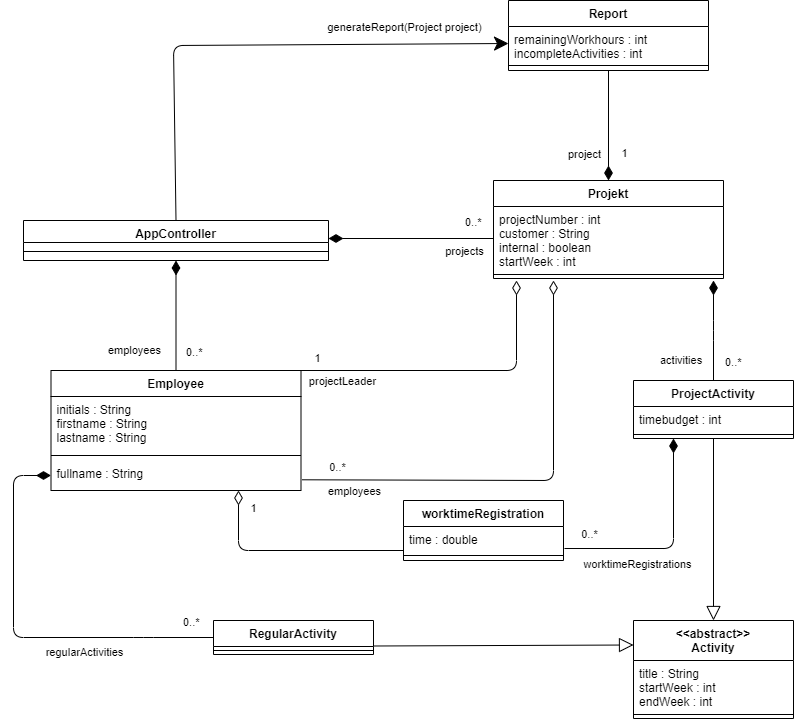
The draw.io diagram RequirementsAndDesign/Diagrams/Klassediagram_eng.png in rwiuff/02161ExamProject, before a commit. Source tidied: cells renumbered, new cells last; positions are measured from the earlier drawing's top-left corner, leaving out a move shared by most shapes.
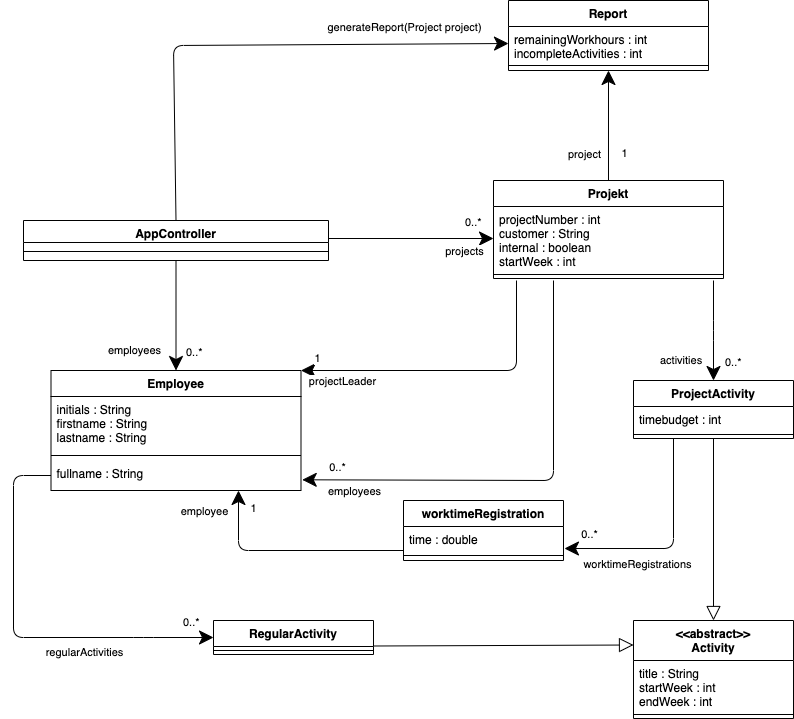
The same diagram one commit later.

Commit message:
uml pile

Change to the diagram source:
```diff
@@ -50,7 +50,7 @@
     <mxCell id="17" style="endArrow=block;endSize=12;endFill=0;html=1;entryX=0.5;entryY=0;entryDx=0;entryDy=0;exitX=0.5;exitY=1;exitDx=0;exitDy=0;" parent="1" edge="1" source="13" target="10">
       <mxGeometry relative="1" as="geometry" />
     </mxCell>
-    <mxCell id="18" value="activities" style="endArrow=none;html=1;endSize=12;startArrow=diamondThin;startSize=12;startFill=1;edgeStyle=orthogonalEdgeStyle;align=left;verticalAlign=bottom;entryX=0.5;entryY=0;entryDx=0;entryDy=0;endFill=0;" parent="1" edge="1" target="13">
+    <mxCell id="18" value="activities" style="endArrow=classic;html=1;endSize=12;startArrow=none;startSize=12;startFill=0;edgeStyle=orthogonalEdgeStyle;align=left;verticalAlign=bottom;entryX=0.5;entryY=0;entryDx=0;entryDy=0;endFill=1;" parent="1" edge="1" target="13">
       <mxGeometry x="0.78" y="-55" relative="1" as="geometry">
         <mxPoint x="700" y="280" as="sourcePoint" />
         <Array as="points">
@@ -71,7 +71,7 @@
     <mxCell id="22" value="fullname : String" style="text;strokeColor=none;fillColor=none;align=left;verticalAlign=top;spacingLeft=4;spacingRight=4;overflow=hidden;points=[[0,0.5],[1,0.5]];portConstraint=eastwest;" parent="19" vertex="1">
       <mxGeometry y="90" width="250" height="30" as="geometry" />
     </mxCell>
-    <mxCell id="23" value="0..*" style="endArrow=none;html=1;endSize=12;startArrow=diamondThin;startSize=12;startFill=1;edgeStyle=orthogonalEdgeStyle;align=left;verticalAlign=bottom;entryX=0;entryY=0.5;entryDx=0;entryDy=0;endFill=0;exitX=0;exitY=0.5;exitDx=0;exitDy=0;" parent="1" edge="1" source="22" target="50">
+    <mxCell id="23" value="0..*" style="endArrow=classic;html=1;endSize=12;startArrow=none;startSize=12;startFill=0;edgeStyle=orthogonalEdgeStyle;align=left;verticalAlign=bottom;entryX=0;entryY=0.5;entryDx=0;entryDy=0;endFill=1;exitX=0;exitY=0.5;exitDx=0;exitDy=0;" parent="1" edge="1" source="22" target="50">
       <mxGeometry x="0.84" y="6" relative="1" as="geometry">
         <Array as="points">
           <mxPoint y="475" />
@@ -85,7 +85,7 @@
         <mxPoint x="69" y="83" as="offset" />
       </mxGeometry>
     </mxCell>
-    <mxCell id="25" style="endArrow=none;endFill=0;html=1;edgeStyle=orthogonalEdgeStyle;align=left;verticalAlign=top;entryX=0.5;entryY=0;entryDx=0;entryDy=0;exitX=0.5;exitY=1;exitDx=0;exitDy=0;startArrow=diamondThin;startFill=1;startSize=12;endSize=12;" parent="1" edge="1" source="2" target="19">
+    <mxCell id="25" style="endArrow=classic;endFill=1;html=1;edgeStyle=orthogonalEdgeStyle;align=left;verticalAlign=top;entryX=0.5;entryY=0;entryDx=0;entryDy=0;exitX=0.5;exitY=1;exitDx=0;exitDy=0;startArrow=none;startFill=0;startSize=12;endSize=12;" parent="1" edge="1" source="2" target="19">
       <mxGeometry x="-1" relative="1" as="geometry" />
     </mxCell>
     <mxCell id="26" value="0..*" style="edgeLabel;html=1;align=left;verticalAlign=bottom;" parent="25" vertex="1">
@@ -98,7 +98,7 @@
         <mxPoint x="-41" y="48" as="offset" />
       </mxGeometry>
     </mxCell>
-    <mxCell id="28" style="endArrow=none;endFill=0;html=1;edgeStyle=orthogonalEdgeStyle;align=left;verticalAlign=top;exitX=1;exitY=0.5;exitDx=0;exitDy=0;entryX=0;entryY=0.5;entryDx=0;entryDy=0;startArrow=diamondThin;startFill=1;endSize=12;startSize=12;" parent="1" edge="1">
+    <mxCell id="28" style="endArrow=classic;endFill=1;html=1;edgeStyle=orthogonalEdgeStyle;align=left;verticalAlign=top;exitX=1;exitY=0.5;exitDx=0;exitDy=0;entryX=0;entryY=0.5;entryDx=0;entryDy=0;startArrow=none;startFill=0;endSize=12;startSize=12;" parent="1" edge="1">
       <mxGeometry x="-1" relative="1" as="geometry">
         <mxPoint x="315" y="238" as="sourcePoint" />
         <mxPoint x="480" y="238" as="targetPoint" />
@@ -117,7 +117,7 @@
     <mxCell id="31" value="0..*" style="edgeLabel;html=1;align=left;verticalAlign=bottom;" parent="1" vertex="1">
       <mxGeometry x="710" y="370" as="geometry" />
     </mxCell>
-    <mxCell id="32" style="endArrow=diamondThin;html=1;startSize=12;endSize=12;exitX=1.005;exitY=0.643;exitDx=0;exitDy=0;startArrow=none;startFill=0;endFill=0;exitPerimeter=0;" parent="1" edge="1" source="22">
+    <mxCell id="32" style="endArrow=none;html=1;startSize=12;endSize=12;exitX=1.005;exitY=0.643;exitDx=0;exitDy=0;startArrow=classic;startFill=1;endFill=0;exitPerimeter=0;" parent="1" edge="1" source="22">
       <mxGeometry relative="1" as="geometry">
         <mxPoint x="540" y="280" as="targetPoint" />
         <Array as="points">
@@ -135,7 +135,7 @@
         <mxPoint x="-102" y="-13" as="offset" />
       </mxGeometry>
     </mxCell>
-    <mxCell id="35" style="endArrow=diamondThin;html=1;startSize=12;endSize=12;startArrow=none;startFill=0;endFill=0;exitX=1;exitY=0;exitDx=0;exitDy=0;" parent="1" edge="1" source="19">
+    <mxCell id="35" style="endArrow=none;html=1;startSize=12;endSize=12;startArrow=classic;startFill=1;endFill=0;exitX=1;exitY=0;exitDx=0;exitDy=0;" parent="1" edge="1" source="19">
       <mxGeometry relative="1" as="geometry">
         <mxPoint x="503" y="280" as="targetPoint" />
         <Array as="points">
@@ -165,7 +165,7 @@
         <mxPoint x="-10" y="-15" as="offset" />
       </mxGeometry>
     </mxCell>
-    <mxCell id="40" style="endArrow=none;html=1;startSize=12;endSize=12;entryX=0.5;entryY=1;entryDx=0;entryDy=0;exitX=0.5;exitY=0;exitDx=0;exitDy=0;startArrow=diamondThin;startFill=1;" parent="1" edge="1" source="7" target="4">
+    <mxCell id="40" style="endArrow=classic;html=1;startSize=12;endSize=12;entryX=0.5;entryY=1;entryDx=0;entryDy=0;exitX=0.5;exitY=0;exitDx=0;exitDy=0;startArrow=none;startFill=0;endFill=1;" parent="1" edge="1" source="7" target="4">
       <mxGeometry relative="1" as="geometry" />
     </mxCell>
     <mxCell id="41" value="project" style="edgeLabel;html=1;align=center;verticalAlign=middle;" parent="40" vertex="1">
@@ -187,7 +187,7 @@
     <mxCell id="45" style="line;strokeWidth=1;fillColor=none;align=left;verticalAlign=middle;spacingTop=-1;spacingLeft=3;spacingRight=3;labelPosition=right;strokeColor=inherit;" parent="43" vertex="1">
       <mxGeometry y="50" width="160" height="10" as="geometry" />
     </mxCell>
-    <mxCell id="46" style="endArrow=diamondThin;html=1;startSize=12;endSize=12;exitX=1.006;exitY=0.917;exitDx=0;exitDy=0;exitPerimeter=0;startArrow=none;startFill=0;endFill=1;entryX=0.25;entryY=1;entryDx=0;entryDy=0;" parent="1" edge="1" source="44" target="13">
+    <mxCell id="46" style="endArrow=none;html=1;startSize=12;endSize=12;exitX=1.006;exitY=0.917;exitDx=0;exitDy=0;exitPerimeter=0;startArrow=classic;startFill=1;endFill=0;entryX=0.25;entryY=1;entryDx=0;entryDy=0;" parent="1" edge="1" source="44" target="13">
       <mxGeometry relative="1" as="geometry">
         <Array as="points">
           <mxPoint x="660" y="548" />
@@ -204,7 +204,7 @@
         <mxPoint x="-23" y="-12" as="offset" />
       </mxGeometry>
     </mxCell>
-    <mxCell id="49" value="1" style="endArrow=none;html=1;startSize=12;endSize=12;exitX=0.75;exitY=1;exitDx=0;exitDy=0;endFill=0;startArrow=diamondThin;startFill=0;" parent="1" edge="1" source="19">
+    <mxCell id="49" value="1" style="endArrow=none;html=1;startSize=12;endSize=12;exitX=0.75;exitY=1;exitDx=0;exitDy=0;endFill=0;startArrow=classic;startFill=1;" parent="1" edge="1" source="19">
       <mxGeometry x="-0.84" y="15" relative="1" as="geometry">
         <mxPoint x="390" y="550" as="targetPoint" />
         <Array as="points">
@@ -212,6 +212,11 @@
         </Array>
       </mxGeometry>
     </mxCell>
+    <mxCell id="52" value="employee" style="edgeLabel;html=1;align=center;verticalAlign=middle;" parent="49" vertex="1">
+      <mxGeometry x="-0.63" y="-2" relative="1" as="geometry">
+        <mxPoint x="-33" y="-22" as="offset" />
+      </mxGeometry>
+    </mxCell>
     <mxCell id="50" value="RegularActivity" style="swimlane;fontStyle=1;align=center;verticalAlign=top;horizontal=1;startSize=26;" parent="1" vertex="1">
       <mxGeometry x="200" y="620" width="160" height="34" as="geometry" />
     </mxCell>
```
